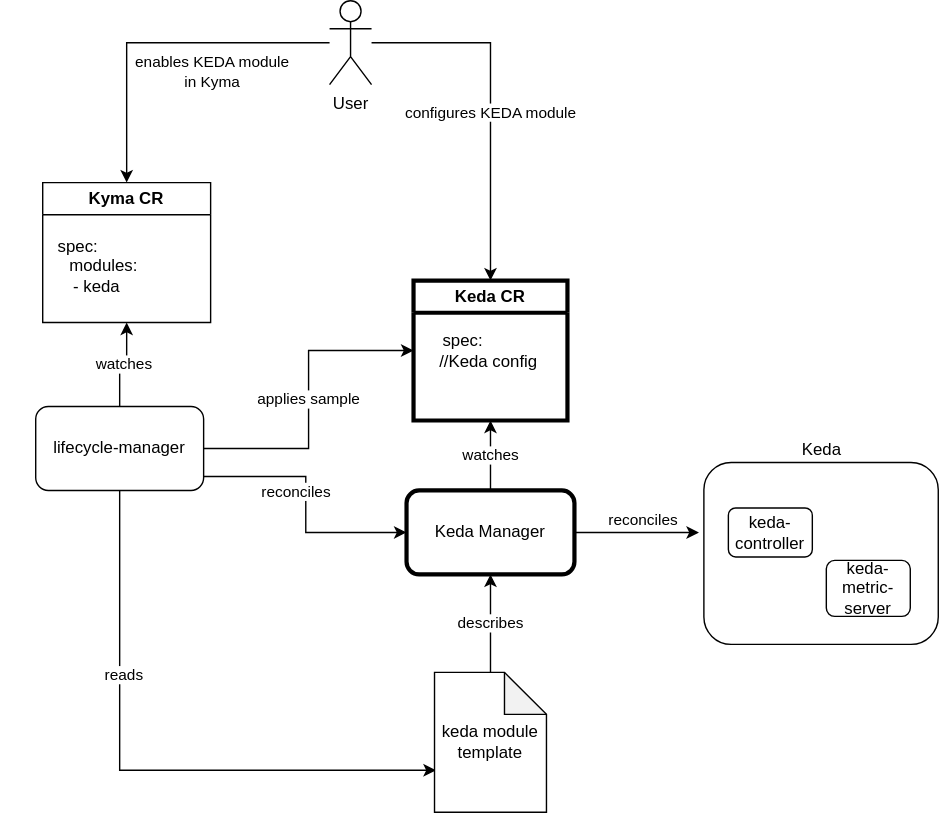
kyma-project/keda-manager keeps this draw.io diagram as docs/assets/keda-lm-overview.drawio.svg. Above is the earlier version. Source tidied: cells renumbered, new cells last; positions are measured from the earlier drawing's top-left corner, leaving out a move shared by most shapes. Source of this version:
```xml
<mxGraphModel>
  <root>
    <mxCell id="0" />
    <mxCell id="1" parent="0" />
    <mxCell id="2" value="watches" style="edgeStyle=orthogonalEdgeStyle;rounded=0;jettySize=auto;html=1;entryX=0.5;entryY=1;entryDx=0;entryDy=0;" parent="1" edge="1" source="5" target="6">
      <mxGeometry relative="1" as="geometry" />
    </mxCell>
    <mxCell id="3" style="edgeStyle=orthogonalEdgeStyle;rounded=0;jettySize=auto;html=1;entryX=-0.021;entryY=0.385;entryDx=0;entryDy=0;entryPerimeter=0;" parent="1" edge="1" source="5" target="7">
      <mxGeometry relative="1" as="geometry" />
    </mxCell>
    <mxCell id="4" value="reconciles" style="edgeLabel;html=1;align=center;verticalAlign=middle;" parent="3" vertex="1">
      <mxGeometry x="0.11" y="-1" relative="1" as="geometry">
        <mxPoint y="-11" as="offset" />
      </mxGeometry>
    </mxCell>
    <mxCell id="5" value="Keda Manager" style="rounded=1;whiteSpace=wrap;html=1;strokeWidth=3;" parent="1" vertex="1">
      <mxGeometry x="290" y="350" width="120" height="60" as="geometry" />
    </mxCell>
    <mxCell id="6" value="Keda CR" style="swimlane;whiteSpace=wrap;html=1;strokeWidth=3;" parent="1" vertex="1">
      <mxGeometry x="295" y="200" width="110" height="100" as="geometry" />
    </mxCell>
    <mxCell id="7" value="Keda" style="rounded=1;whiteSpace=wrap;html=1;labelPosition=center;verticalLabelPosition=top;align=center;verticalAlign=bottom;" parent="1" vertex="1">
      <mxGeometry x="502.5" y="330" width="167.5" height="130" as="geometry" />
    </mxCell>
    <mxCell id="8" value="keda-controller" style="rounded=1;whiteSpace=wrap;html=1;" parent="1" vertex="1">
      <mxGeometry x="520" y="362.5" width="60" height="35" as="geometry" />
    </mxCell>
    <mxCell id="9" value="keda-metric-server" style="rounded=1;whiteSpace=wrap;html=1;" parent="1" vertex="1">
      <mxGeometry x="590" y="400" width="60" height="40" as="geometry" />
    </mxCell>
    <mxCell id="10" value="watches" style="edgeStyle=orthogonalEdgeStyle;rounded=0;jettySize=auto;html=1;entryX=0.5;entryY=1;entryDx=0;entryDy=0;" parent="1" edge="1" source="16" target="17">
      <mxGeometry relative="1" as="geometry" />
    </mxCell>
    <mxCell id="11" style="edgeStyle=orthogonalEdgeStyle;rounded=0;jettySize=auto;html=1;entryX=0;entryY=0.5;entryDx=0;entryDy=0;" parent="1" edge="1" source="16" target="5">
      <mxGeometry relative="1" as="geometry">
        <Array as="points">
          <mxPoint x="218" y="340" />
          <mxPoint x="218" y="380" />
        </Array>
      </mxGeometry>
    </mxCell>
    <mxCell id="12" value="reconciles" style="edgeLabel;html=1;align=center;verticalAlign=middle;" parent="11" vertex="1">
      <mxGeometry x="-0.42" y="-1" relative="1" as="geometry">
        <mxPoint x="11" y="9" as="offset" />
      </mxGeometry>
    </mxCell>
    <mxCell id="13" value="applies sample" style="edgeStyle=orthogonalEdgeStyle;rounded=0;jettySize=auto;html=1;entryX=0;entryY=0.5;entryDx=0;entryDy=0;" parent="1" edge="1" source="16" target="6">
      <mxGeometry relative="1" as="geometry" />
    </mxCell>
    <mxCell id="14" style="edgeStyle=orthogonalEdgeStyle;rounded=0;jettySize=auto;html=1;entryX=0.013;entryY=0.7;entryDx=0;entryDy=0;entryPerimeter=0;" parent="1" edge="1" source="16" target="26">
      <mxGeometry relative="1" as="geometry">
        <Array as="points">
          <mxPoint x="85" y="550" />
        </Array>
      </mxGeometry>
    </mxCell>
    <mxCell id="15" value="reads" style="edgeLabel;html=1;align=center;verticalAlign=middle;" parent="14" vertex="1">
      <mxGeometry x="-0.39" y="2" relative="1" as="geometry" />
    </mxCell>
    <mxCell id="16" value="lifecycle-manager" style="rounded=1;whiteSpace=wrap;html=1;" parent="1" vertex="1">
      <mxGeometry x="25" y="290" width="120" height="60" as="geometry" />
    </mxCell>
    <mxCell id="17" value="Kyma CR" style="swimlane;whiteSpace=wrap;html=1;" parent="1" vertex="1">
      <mxGeometry x="30" y="130" width="120" height="100" as="geometry" />
    </mxCell>
    <mxCell id="18" value="spec:&lt;br&gt;&amp;nbsp; &amp;nbsp; &amp;nbsp; &amp;nbsp; &amp;nbsp; &amp;nbsp;modules:&lt;br&gt;&amp;nbsp; &amp;nbsp; &amp;nbsp; &amp;nbsp; - keda" style="text;html=1;align=center;verticalAlign=middle;strokeColor=none;fillColor=none;" parent="17" vertex="1">
      <mxGeometry x="-30" y="30" width="110" height="60" as="geometry" />
    </mxCell>
    <mxCell id="19" value="spec:&lt;br&gt;&amp;nbsp; &amp;nbsp; &amp;nbsp; &amp;nbsp; &amp;nbsp; &amp;nbsp;//Keda config" style="text;html=1;align=center;verticalAlign=middle;points=[];strokeColor=none;fillColor=none;" parent="1" vertex="1">
      <mxGeometry x="265" y="230" width="130" height="40" as="geometry" />
    </mxCell>
    <mxCell id="20" style="edgeStyle=orthogonalEdgeStyle;rounded=0;jettySize=auto;html=1;entryX=0.5;entryY=0;entryDx=0;entryDy=0;" parent="1" edge="1" source="24" target="17">
      <mxGeometry relative="1" as="geometry" />
    </mxCell>
    <mxCell id="21" value="enables KEDA module &lt;br&gt;in Kyma" style="edgeLabel;html=1;align=center;verticalAlign=middle;" parent="20" vertex="1">
      <mxGeometry x="-0.25" y="-2" relative="1" as="geometry">
        <mxPoint x="7" y="22" as="offset" />
      </mxGeometry>
    </mxCell>
    <mxCell id="22" style="edgeStyle=orthogonalEdgeStyle;rounded=0;jettySize=auto;html=1;entryX=0.5;entryY=0;entryDx=0;entryDy=0;" parent="1" edge="1" source="24" target="6">
      <mxGeometry relative="1" as="geometry" />
    </mxCell>
    <mxCell id="23" value="configures KEDA module" style="edgeLabel;html=1;align=center;verticalAlign=middle;" parent="22" vertex="1">
      <mxGeometry x="0.05" y="-1" relative="1" as="geometry" />
    </mxCell>
    <mxCell id="24" value="User" style="shape=umlActor;verticalLabelPosition=bottom;verticalAlign=top;html=1;outlineConnect=0;strokeWidth=1;" parent="1" vertex="1">
      <mxGeometry x="235" width="30" height="60" as="geometry" />
    </mxCell>
    <mxCell id="25" value="describes" style="edgeStyle=orthogonalEdgeStyle;rounded=0;jettySize=auto;html=1;entryX=0.5;entryY=1;entryDx=0;entryDy=0;" parent="1" edge="1" source="26" target="5">
      <mxGeometry relative="1" as="geometry" />
    </mxCell>
    <mxCell id="26" value="keda module template" style="shape=note;whiteSpace=wrap;html=1;backgroundOutline=1;darkOpacity=0.05;" parent="1" vertex="1">
      <mxGeometry x="310" y="480" width="80" height="100" as="geometry" />
    </mxCell>
  </root>
</mxGraphModel>
```
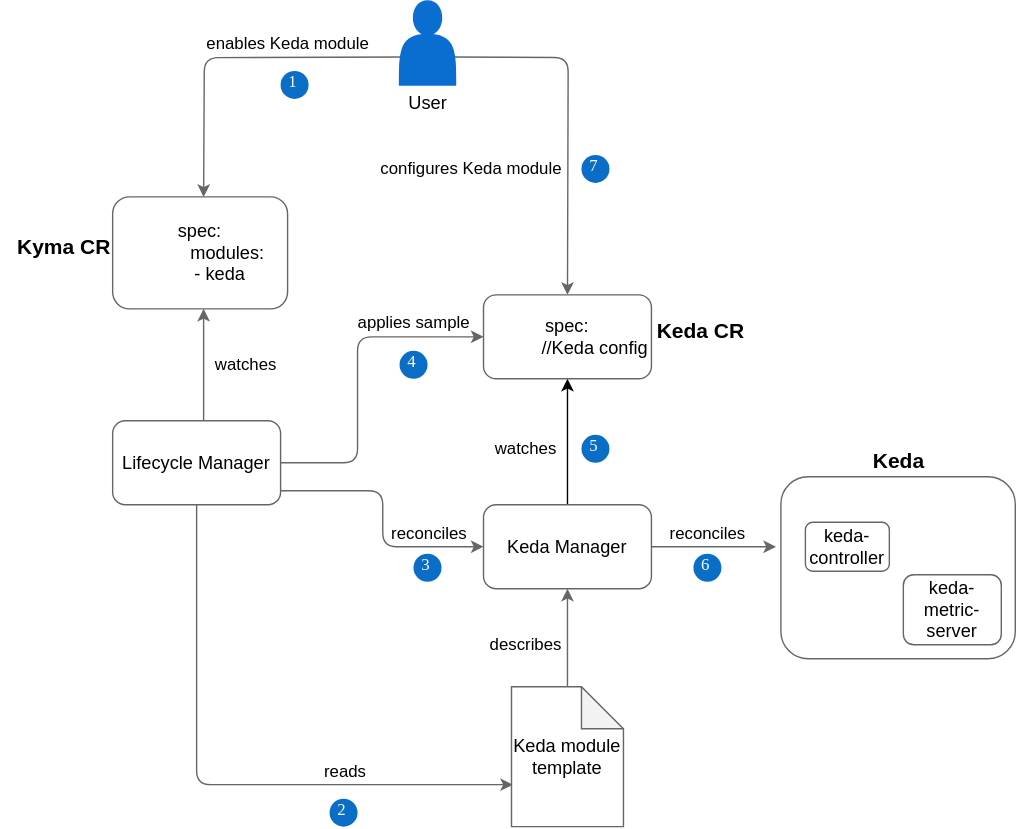
The same file after the commit.

Commit message:
fix diagrams and add diagram steps

Change to the diagram source:
```diff
@@ -2,36 +2,30 @@
   <root>
     <mxCell id="0" />
     <mxCell id="1" parent="0" />
-    <mxCell id="2" value="watches" style="edgeStyle=orthogonalEdgeStyle;rounded=0;jettySize=auto;html=1;entryX=0.5;entryY=1;entryDx=0;entryDy=0;" parent="1" edge="1" source="5" target="6">
-      <mxGeometry relative="1" as="geometry" />
+    <mxCell id="2" value="watches" style="edgeStyle=orthogonalEdgeStyle;rounded=0;jettySize=auto;html=1;entryX=0.5;entryY=1;entryDx=0;entryDy=0;fontSize=12;" parent="1" edge="1" source="5" target="19">
+      <mxGeometry x="-0.11" y="30" relative="1" as="geometry" />
     </mxCell>
-    <mxCell id="3" style="edgeStyle=orthogonalEdgeStyle;rounded=0;jettySize=auto;html=1;entryX=-0.021;entryY=0.385;entryDx=0;entryDy=0;entryPerimeter=0;" parent="1" edge="1" source="5" target="7">
+    <mxCell id="3" style="edgeStyle=orthogonalEdgeStyle;rounded=1;jettySize=auto;html=1;entryX=-0.021;entryY=0.385;entryDx=0;entryDy=0;entryPerimeter=0;strokeColor=#666666;" parent="1" edge="1" source="5" target="7">
       <mxGeometry relative="1" as="geometry" />
     </mxCell>
-    <mxCell id="4" value="reconciles" style="edgeLabel;html=1;align=center;verticalAlign=middle;" parent="3" vertex="1">
+    <mxCell id="4" value="reconciles" style="edgeLabel;html=1;align=center;verticalAlign=middle;fontSize=12;" parent="3" vertex="1">
       <mxGeometry x="0.11" y="-1" relative="1" as="geometry">
-        <mxPoint y="-11" as="offset" />
+        <mxPoint x="-9" y="-11" as="offset" />
       </mxGeometry>
     </mxCell>
-    <mxCell id="5" value="Keda Manager" style="rounded=1;whiteSpace=wrap;html=1;strokeWidth=3;" parent="1" vertex="1">
+    <mxCell id="5" value="Keda Manager" style="rounded=1;whiteSpace=wrap;html=1;strokeWidth=1;fontSize=13;strokeColor=#666666;" parent="1" vertex="1">
       <mxGeometry x="290" y="350" width="120" height="60" as="geometry" />
     </mxCell>
-    <mxCell id="6" value="Keda CR" style="swimlane;whiteSpace=wrap;html=1;strokeWidth=3;" parent="1" vertex="1">
-      <mxGeometry x="295" y="200" width="110" height="100" as="geometry" />
-    </mxCell>
-    <mxCell id="7" value="Keda" style="rounded=1;whiteSpace=wrap;html=1;labelPosition=center;verticalLabelPosition=top;align=center;verticalAlign=bottom;" parent="1" vertex="1">
+    <mxCell id="7" value="Keda" style="rounded=1;whiteSpace=wrap;html=1;labelPosition=center;verticalLabelPosition=top;align=center;verticalAlign=bottom;fontSize=15;fontStyle=1;strokeColor=#666666;" parent="1" vertex="1">
       <mxGeometry x="502.5" y="330" width="167.5" height="130" as="geometry" />
     </mxCell>
-    <mxCell id="8" value="keda-controller" style="rounded=1;whiteSpace=wrap;html=1;" parent="1" vertex="1">
+    <mxCell id="8" value="keda-controller" style="rounded=1;whiteSpace=wrap;html=1;fontSize=13;strokeColor=#666666;" parent="1" vertex="1">
       <mxGeometry x="520" y="362.5" width="60" height="35" as="geometry" />
     </mxCell>
-    <mxCell id="9" value="keda-metric-server" style="rounded=1;whiteSpace=wrap;html=1;" parent="1" vertex="1">
-      <mxGeometry x="590" y="400" width="60" height="40" as="geometry" />
+    <mxCell id="9" value="keda-metric-server" style="rounded=1;whiteSpace=wrap;html=1;fontSize=13;strokeColor=#666666;" parent="1" vertex="1">
+      <mxGeometry x="590" y="400" width="70" height="50" as="geometry" />
     </mxCell>
-    <mxCell id="10" value="watches" style="edgeStyle=orthogonalEdgeStyle;rounded=0;jettySize=auto;html=1;entryX=0.5;entryY=1;entryDx=0;entryDy=0;" parent="1" edge="1" source="16" target="17">
-      <mxGeometry relative="1" as="geometry" />
-    </mxCell>
-    <mxCell id="11" style="edgeStyle=orthogonalEdgeStyle;rounded=0;jettySize=auto;html=1;entryX=0;entryY=0.5;entryDx=0;entryDy=0;" parent="1" edge="1" source="16" target="5">
+    <mxCell id="11" style="edgeStyle=orthogonalEdgeStyle;rounded=1;jettySize=auto;html=1;entryX=0;entryY=0.5;entryDx=0;entryDy=0;strokeColor=#666666;" parent="1" edge="1" source="16" target="5">
       <mxGeometry relative="1" as="geometry">
         <Array as="points">
           <mxPoint x="218" y="340" />
@@ -39,58 +33,106 @@
         </Array>
       </mxGeometry>
     </mxCell>
-    <mxCell id="12" value="reconciles" style="edgeLabel;html=1;align=center;verticalAlign=middle;" parent="11" vertex="1">
+    <mxCell id="12" value="reconciles" style="edgeLabel;html=1;align=center;verticalAlign=middle;fontSize=12;" parent="11" vertex="1">
       <mxGeometry x="-0.42" y="-1" relative="1" as="geometry">
-        <mxPoint x="11" y="9" as="offset" />
+        <mxPoint x="51" y="29" as="offset" />
       </mxGeometry>
     </mxCell>
-    <mxCell id="13" value="applies sample" style="edgeStyle=orthogonalEdgeStyle;rounded=0;jettySize=auto;html=1;entryX=0;entryY=0.5;entryDx=0;entryDy=0;" parent="1" edge="1" source="16" target="6">
-      <mxGeometry relative="1" as="geometry" />
+    <mxCell id="13" value="applies sample" style="edgeStyle=orthogonalEdgeStyle;rounded=1;jettySize=auto;html=1;entryX=0;entryY=0.5;entryDx=0;entryDy=0;fontSize=12;strokeColor=#666666;" parent="1" edge="1" source="16" target="19">
+      <mxGeometry x="0.57" y="10" relative="1" as="geometry">
+        <Array as="points">
+          <mxPoint x="200" y="320" />
+          <mxPoint x="200" y="230" />
+        </Array>
+      </mxGeometry>
     </mxCell>
-    <mxCell id="14" style="edgeStyle=orthogonalEdgeStyle;rounded=0;jettySize=auto;html=1;entryX=0.013;entryY=0.7;entryDx=0;entryDy=0;entryPerimeter=0;" parent="1" edge="1" source="16" target="26">
+    <mxCell id="14" style="edgeStyle=orthogonalEdgeStyle;rounded=1;jettySize=auto;html=1;entryX=0.013;entryY=0.7;entryDx=0;entryDy=0;entryPerimeter=0;strokeColor=#666666;" parent="1" edge="1" source="16" target="26">
       <mxGeometry relative="1" as="geometry">
         <Array as="points">
           <mxPoint x="85" y="550" />
         </Array>
       </mxGeometry>
     </mxCell>
-    <mxCell id="15" value="reads" style="edgeLabel;html=1;align=center;verticalAlign=middle;" parent="14" vertex="1">
-      <mxGeometry x="-0.39" y="2" relative="1" as="geometry" />
+    <mxCell id="15" value="reads" style="edgeLabel;html=1;align=center;verticalAlign=middle;fontSize=12;" parent="14" vertex="1">
+      <mxGeometry x="-0.39" y="2" relative="1" as="geometry">
+        <mxPoint x="103" y="59" as="offset" />
+      </mxGeometry>
     </mxCell>
-    <mxCell id="16" value="lifecycle-manager" style="rounded=1;whiteSpace=wrap;html=1;" parent="1" vertex="1">
+    <mxCell id="16" value="Lifecycle Manager" style="rounded=1;whiteSpace=wrap;html=1;fontSize=13;strokeColor=#666666;" parent="1" vertex="1">
       <mxGeometry x="25" y="290" width="120" height="60" as="geometry" />
     </mxCell>
-    <mxCell id="17" value="Kyma CR" style="swimlane;whiteSpace=wrap;html=1;" parent="1" vertex="1">
-      <mxGeometry x="30" y="130" width="120" height="100" as="geometry" />
-    </mxCell>
-    <mxCell id="18" value="spec:&lt;br&gt;&amp;nbsp; &amp;nbsp; &amp;nbsp; &amp;nbsp; &amp;nbsp; &amp;nbsp;modules:&lt;br&gt;&amp;nbsp; &amp;nbsp; &amp;nbsp; &amp;nbsp; - keda" style="text;html=1;align=center;verticalAlign=middle;strokeColor=none;fillColor=none;" parent="17" vertex="1">
-      <mxGeometry x="-30" y="30" width="110" height="60" as="geometry" />
-    </mxCell>
-    <mxCell id="19" value="spec:&lt;br&gt;&amp;nbsp; &amp;nbsp; &amp;nbsp; &amp;nbsp; &amp;nbsp; &amp;nbsp;//Keda config" style="text;html=1;align=center;verticalAlign=middle;points=[];strokeColor=none;fillColor=none;" parent="1" vertex="1">
-      <mxGeometry x="265" y="230" width="130" height="40" as="geometry" />
-    </mxCell>
-    <mxCell id="20" style="edgeStyle=orthogonalEdgeStyle;rounded=0;jettySize=auto;html=1;entryX=0.5;entryY=0;entryDx=0;entryDy=0;" parent="1" edge="1" source="24" target="17">
-      <mxGeometry relative="1" as="geometry" />
+    <mxCell id="20" style="edgeStyle=orthogonalEdgeStyle;rounded=1;orthogonalLoop=1;jettySize=auto;html=1;entryX=0.5;entryY=0;entryDx=0;entryDy=0;strokeColor=#666666;" parent="1" edge="1">
+      <mxGeometry relative="1" as="geometry">
+        <mxPoint x="235" y="30" as="sourcePoint" />
+        <mxPoint x="90" y="130" as="targetPoint" />
+      </mxGeometry>
     </mxCell>
-    <mxCell id="21" value="enables KEDA module &lt;br&gt;in Kyma" style="edgeLabel;html=1;align=center;verticalAlign=middle;" parent="20" vertex="1">
+    <mxCell id="21" value="enables Keda module" style="edgeLabel;html=1;align=center;verticalAlign=middle;fontSize=12;" parent="20" vertex="1">
       <mxGeometry x="-0.25" y="-2" relative="1" as="geometry">
-        <mxPoint x="7" y="22" as="offset" />
+        <mxPoint x="7" y="-8" as="offset" />
       </mxGeometry>
     </mxCell>
-    <mxCell id="22" style="edgeStyle=orthogonalEdgeStyle;rounded=0;jettySize=auto;html=1;entryX=0.5;entryY=0;entryDx=0;entryDy=0;" parent="1" edge="1" source="24" target="6">
-      <mxGeometry relative="1" as="geometry" />
+    <mxCell id="22" style="edgeStyle=orthogonalEdgeStyle;rounded=1;orthogonalLoop=1;jettySize=auto;html=1;entryX=0.5;entryY=0;entryDx=0;entryDy=0;strokeColor=#666666;" parent="1" edge="1">
+      <mxGeometry relative="1" as="geometry">
+        <mxPoint x="265" y="30" as="sourcePoint" />
+        <mxPoint x="350" y="200" as="targetPoint" />
+      </mxGeometry>
     </mxCell>
-    <mxCell id="23" value="configures KEDA module" style="edgeLabel;html=1;align=center;verticalAlign=middle;" parent="22" vertex="1">
-      <mxGeometry x="0.05" y="-1" relative="1" as="geometry" />
+    <mxCell id="23" value="configures Keda module" style="edgeLabel;html=1;align=center;verticalAlign=middle;fontSize=12;" parent="22" vertex="1">
+      <mxGeometry x="0.05" y="-1" relative="1" as="geometry">
+        <mxPoint x="-69" y="31" as="offset" />
+      </mxGeometry>
     </mxCell>
-    <mxCell id="24" value="User" style="shape=umlActor;verticalLabelPosition=bottom;verticalAlign=top;html=1;outlineConnect=0;strokeWidth=1;" parent="1" vertex="1">
-      <mxGeometry x="235" width="30" height="60" as="geometry" />
-    </mxCell>
-    <mxCell id="25" value="describes" style="edgeStyle=orthogonalEdgeStyle;rounded=0;jettySize=auto;html=1;entryX=0.5;entryY=1;entryDx=0;entryDy=0;" parent="1" edge="1" source="26" target="5">
-      <mxGeometry relative="1" as="geometry" />
+    <mxCell id="25" value="describes" style="edgeStyle=orthogonalEdgeStyle;rounded=1;jettySize=auto;html=1;entryX=0.5;entryY=1;entryDx=0;entryDy=0;fontSize=12;strokeColor=#666666;" parent="1" edge="1" source="26" target="5">
+      <mxGeometry x="-0.14" y="30" relative="1" as="geometry" />
     </mxCell>
-    <mxCell id="26" value="keda module template" style="shape=note;whiteSpace=wrap;html=1;backgroundOutline=1;darkOpacity=0.05;" parent="1" vertex="1">
+    <mxCell id="26" value="Keda module template" style="shape=note;whiteSpace=wrap;html=1;backgroundOutline=1;darkOpacity=0.05;fontSize=13;strokeColor=#666666;" parent="1" vertex="1">
       <mxGeometry x="310" y="480" width="80" height="100" as="geometry" />
     </mxCell>
+    <mxCell id="18" value="spec:&lt;br style=&quot;border-color: var(--border-color); font-size: 13px;&quot;&gt;&lt;span style=&quot;font-size: 13px;&quot;&gt;&amp;nbsp; &amp;nbsp; &amp;nbsp; &amp;nbsp; &amp;nbsp; &amp;nbsp;modules:&lt;/span&gt;&lt;br style=&quot;border-color: var(--border-color); font-size: 13px;&quot;&gt;&lt;span style=&quot;font-size: 13px;&quot;&gt;&amp;nbsp; &amp;nbsp; &amp;nbsp; &amp;nbsp; - keda&lt;/span&gt;" style="rounded=1;whiteSpace=wrap;html=1;fontSize=13;strokeColor=#666666;" parent="1" vertex="1">
+      <mxGeometry x="25" y="130" width="125" height="80" as="geometry" />
+    </mxCell>
+    <mxCell id="17" value="&lt;b style=&quot;font-size: 15px;&quot;&gt;Kyma CR&lt;/b&gt;" style="text;html=1;align=center;verticalAlign=middle;points=[];strokeColor=none;fillColor=none;fontSize=15;" parent="1" vertex="1">
+      <mxGeometry x="-55" y="150" width="90" height="30" as="geometry" />
+    </mxCell>
+    <mxCell id="19" value="spec:&lt;br style=&quot;border-color: var(--border-color); font-size: 13px;&quot;&gt;&lt;span style=&quot;font-size: 13px;&quot;&gt;&amp;nbsp; &amp;nbsp; &amp;nbsp; &amp;nbsp; &amp;nbsp; &amp;nbsp;//Keda config&lt;/span&gt;" style="rounded=1;whiteSpace=wrap;html=1;fontSize=13;strokeColor=#666666;" parent="1" vertex="1">
+      <mxGeometry x="290" y="200" width="120" height="60" as="geometry" />
+    </mxCell>
+    <mxCell id="10" value="watches" style="edgeStyle=orthogonalEdgeStyle;rounded=1;orthogonalLoop=1;jettySize=auto;html=1;fontSize=12;strokeColor=#666666;" parent="1" edge="1">
+      <mxGeometry y="-30" relative="1" as="geometry">
+        <mxPoint x="90" y="290" as="sourcePoint" />
+        <mxPoint x="90" y="210" as="targetPoint" />
+      </mxGeometry>
+    </mxCell>
+    <mxCell id="6" value="&lt;b style=&quot;font-size: 15px;&quot;&gt;Keda CR&lt;/b&gt;" style="text;html=1;align=center;verticalAlign=middle;points=[];strokeColor=none;fillColor=none;fontSize=15;" parent="1" vertex="1">
+      <mxGeometry x="400" y="210" width="90" height="30" as="geometry" />
+    </mxCell>
+    <mxCell id="27" style="shape=actor;whiteSpace=wrap;html=1;fillColor=#0A6ED1;strokeColor=#0A6ED1;" parent="1" vertex="1">
+      <mxGeometry x="230" y="-10" width="40" height="60" as="geometry" />
+    </mxCell>
+    <mxCell id="24" value="User" style="text;html=1;align=center;verticalAlign=middle;points=[];strokeColor=none;fillColor=none;fontSize=13;" parent="1" vertex="1">
+      <mxGeometry x="225" y="48" width="50" height="30" as="geometry" />
+    </mxCell>
+    <mxCell id="28" value="1" style="ellipse;whiteSpace=wrap;html=1;strokeWidth=2;fontFamily=Tahoma;spacingBottom=4;spacingRight=2;strokeColor=none;fillColor=#0A6EC7;fontColor=#FFFFFF;" parent="1" vertex="1">
+      <mxGeometry x="145" y="40" width="20" height="20" as="geometry" />
+    </mxCell>
+    <mxCell id="29" value="2" style="ellipse;whiteSpace=wrap;html=1;strokeWidth=2;fontFamily=Tahoma;spacingBottom=4;spacingRight=2;strokeColor=none;fillColor=#0A6EC7;fontColor=#FFFFFF;" parent="1" vertex="1">
+      <mxGeometry x="180" y="560" width="20" height="20" as="geometry" />
+    </mxCell>
+    <mxCell id="30" value="3" style="ellipse;whiteSpace=wrap;html=1;strokeWidth=2;fontFamily=Tahoma;spacingBottom=4;spacingRight=2;strokeColor=none;fillColor=#0A6EC7;fontColor=#FFFFFF;" parent="1" vertex="1">
+      <mxGeometry x="240" y="385" width="20" height="20" as="geometry" />
+    </mxCell>
+    <mxCell id="31" value="4" style="ellipse;whiteSpace=wrap;html=1;strokeWidth=2;fontFamily=Tahoma;spacingBottom=4;spacingRight=2;strokeColor=none;fontColor=#FFFFFF;fillColor=#0A6EC7;" parent="1" vertex="1">
+      <mxGeometry x="230" y="240" width="20" height="20" as="geometry" />
+    </mxCell>
+    <mxCell id="32" value="5" style="ellipse;whiteSpace=wrap;html=1;strokeWidth=2;fontFamily=Tahoma;spacingBottom=4;spacingRight=2;strokeColor=none;fillColor=#0A6EC7;fontColor=#FFFFFF;" parent="1" vertex="1">
+      <mxGeometry x="360" y="300" width="20" height="20" as="geometry" />
+    </mxCell>
+    <mxCell id="33" value="6" style="ellipse;whiteSpace=wrap;html=1;strokeWidth=2;fontFamily=Tahoma;spacingBottom=4;spacingRight=2;strokeColor=none;fontColor=#FFFFFF;fillColor=#0A6EC7;" parent="1" vertex="1">
+      <mxGeometry x="440" y="385" width="20" height="20" as="geometry" />
+    </mxCell>
+    <mxCell id="34" value="7" style="ellipse;whiteSpace=wrap;html=1;strokeWidth=2;fontFamily=Tahoma;spacingBottom=4;spacingRight=2;strokeColor=none;fillColor=#0A6EC7;fontColor=#FFFFFF;" parent="1" vertex="1">
+      <mxGeometry x="360" y="100" width="20" height="20" as="geometry" />
+    </mxCell>
   </root>
 </mxGraphModel>
```
